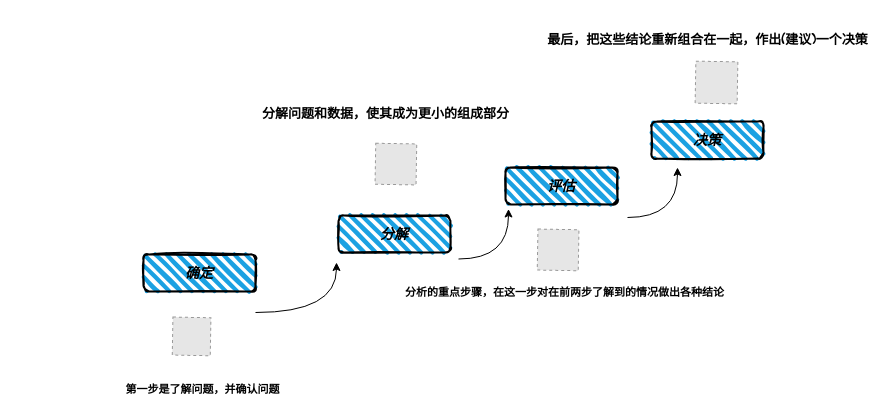
RecordLiu/dataAnalysisBlogDiagrams keeps this draw.io diagram as Untitled Diagram.drawio. Above is the earlier version. Source tidied: cells renumbered, new cells numbered last; positions are measured from the earlier drawing's top-left corner, leaving out a move shared by most shapes. Both pictures are drawn from the tidied source at 100%, with x=0, y=0 at pixel (113, 31). Pictures stored in the file or linked from it are replaced by grey dashed boxes.
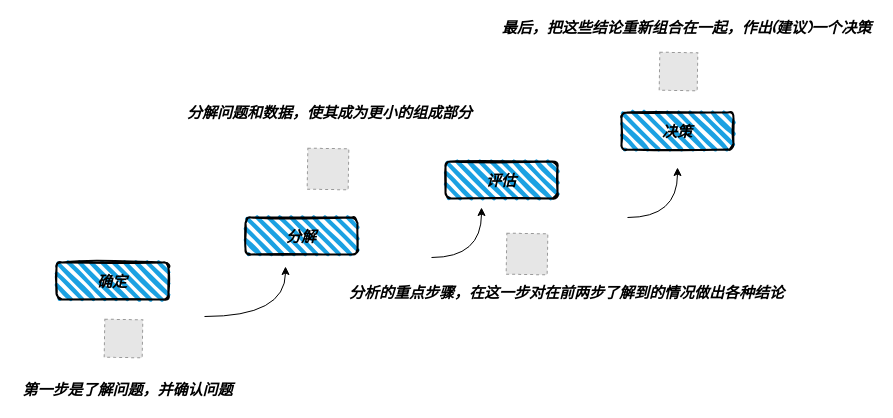
The same diagram, later.

What changed in the source:
```diff
@@
-    <mxCell id="2" value="&lt;span style=&quot;font-size: 14px&quot;&gt;&lt;b&gt;确定&lt;/b&gt;&lt;/span&gt;" style="rounded=1;whiteSpace=wrap;html=1;strokeWidth=2;fillWeight=4;hachureGap=8;hachureAngle=45;fillColor=#1ba1e2;sketch=1;fontStyle=2;" parent="1" vertex="1">
-      <mxGeometry x="30" y="223" width="112" height="37" as="geometry" />
+    <mxCell id="2" value="&lt;b style=&quot;font-size: 15px;&quot;&gt;&lt;font style=&quot;font-size: 15px;&quot;&gt;确定&lt;/font&gt;&lt;/b&gt;" style="rounded=1;whiteSpace=wrap;html=1;strokeWidth=2;fillWeight=4;hachureGap=8;hachureAngle=45;fillColor=#1ba1e2;sketch=1;fontStyle=2;fontSize=15;" parent="1" vertex="1">
+      <mxGeometry x="-57" y="231" width="112" height="37" as="geometry" />
     </mxCell>
-    <mxCell id="3" value="&lt;span style=&quot;font-size: 14px&quot;&gt;&lt;b&gt;分解&lt;/b&gt;&lt;/span&gt;" style="rounded=1;whiteSpace=wrap;html=1;strokeWidth=2;fillWeight=4;hachureGap=8;hachureAngle=45;fillColor=#1ba1e2;sketch=1;fontStyle=2;" parent="1" vertex="1">
-      <mxGeometry x="225" y="184" width="112" height="37" as="geometry" />
+    <mxCell id="3" value="&lt;b&gt;&lt;font style=&quot;font-size: 15px&quot;&gt;分解&lt;/font&gt;&lt;/b&gt;" style="rounded=1;whiteSpace=wrap;html=1;strokeWidth=2;fillWeight=4;hachureGap=8;hachureAngle=45;fillColor=#1ba1e2;sketch=1;fontStyle=2;" parent="1" vertex="1">
+      <mxGeometry x="132" y="186" width="112" height="37" as="geometry" />
     </mxCell>
-    <mxCell id="4" value="&lt;span style=&quot;font-size: 14px&quot;&gt;&lt;b&gt;评估&lt;/b&gt;&lt;/span&gt;" style="rounded=1;whiteSpace=wrap;html=1;strokeWidth=2;fillWeight=4;hachureGap=8;hachureAngle=45;fillColor=#1ba1e2;sketch=1;fontStyle=2;" parent="1" vertex="1">
-      <mxGeometry x="392" y="136" width="112" height="37" as="geometry" />
+    <mxCell id="4" value="&lt;b&gt;&lt;font style=&quot;font-size: 15px&quot;&gt;评估&lt;/font&gt;&lt;/b&gt;" style="rounded=1;whiteSpace=wrap;html=1;strokeWidth=2;fillWeight=4;hachureGap=8;hachureAngle=45;fillColor=#1ba1e2;sketch=1;fontStyle=2;" parent="1" vertex="1">
+      <mxGeometry x="332" y="130" width="112" height="37" as="geometry" />
     </mxCell>
-    <mxCell id="5" value="&lt;span style=&quot;font-size: 14px&quot;&gt;&lt;b&gt;决策&lt;/b&gt;&lt;/span&gt;" style="rounded=1;whiteSpace=wrap;html=1;strokeWidth=2;fillWeight=4;hachureGap=8;hachureAngle=45;fillColor=#1ba1e2;sketch=1;fontStyle=2;" parent="1" vertex="1">
-      <mxGeometry x="538" y="90" width="112" height="37" as="geometry" />
+    <mxCell id="5" value="&lt;b&gt;&lt;font style=&quot;font-size: 15px&quot;&gt;决策&lt;/font&gt;&lt;/b&gt;" style="rounded=1;whiteSpace=wrap;html=1;strokeWidth=2;fillWeight=4;hachureGap=8;hachureAngle=45;fillColor=#1ba1e2;sketch=1;fontStyle=2;" parent="1" vertex="1">
+      <mxGeometry x="508" y="81" width="112" height="37" as="geometry" />
     </mxCell>
     <mxCell id="6" style="curved=1;endArrow=classic;html=1;rounded=0;edgeStyle=orthogonalEdgeStyle;" parent="1" edge="1">
       <mxGeometry relative="1" as="geometry">
-        <mxPoint x="345" y="227.5" as="sourcePoint" />
-        <mxPoint x="395" y="177.5" as="targetPoint" />
+        <mxPoint x="318" y="226" as="sourcePoint" />
+        <mxPoint x="368" y="176" as="targetPoint" />
         <Array as="points">
-          <mxPoint x="395" y="227.5" />
-          <mxPoint x="345" y="177.5" />
+          <mxPoint x="368" y="226" />
+          <mxPoint x="318" y="176" />
         </Array>
       </mxGeometry>
     </mxCell>
     <mxCell id="7" style="curved=1;endArrow=classic;html=1;rounded=0;edgeStyle=orthogonalEdgeStyle;" parent="1" edge="1">
       <mxGeometry relative="1" as="geometry">
-        <mxPoint x="142" y="281" as="sourcePoint" />
-        <mxPoint x="223" y="231" as="targetPoint" />
+        <mxPoint x="91" y="285" as="sourcePoint" />
+        <mxPoint x="172" y="235" as="targetPoint" />
         <Array as="points">
-          <mxPoint x="223" y="281" />
+          <mxPoint x="172" y="285" />
         </Array>
       </mxGeometry>
     </mxCell>
@@
     <mxCell id="9" style="fillColor=#E6E6E6;strokeColor=#999999;dashed=1;verticalLabelPosition=bottom;verticalAlign=top;fontFamily=Comic Sans MS;fontStyle=1;rotation=1;fontSize=13;" parent="1" vertex="1">
-      <mxGeometry x="59.1" y="285.9" width="38" height="38" as="geometry" />
+      <mxGeometry x="-9" y="288" width="38" height="38" as="geometry" />
     </mxCell>
-    <mxCell id="10" value="&lt;div style=&quot;font-size: 11px&quot;&gt;&lt;font face=&quot;Comic Sans MS&quot;&gt;第一步是了解问题，并确认问题&lt;/font&gt;&lt;/div&gt;" style="text;html=1;align=center;verticalAlign=middle;strokeColor=none;fontFamily=Lucida Console;fontStyle=1;fontSize=11;" parent="1" vertex="1">
-      <mxGeometry y="348" width="178" height="19" as="geometry" />
+    <mxCell id="10" value="&lt;div style=&quot;font-size: 15px&quot;&gt;&lt;font face=&quot;Comic Sans MS&quot; style=&quot;font-size: 15px&quot;&gt;&lt;i&gt;第一步是了解问题，并确认问题&lt;/i&gt;&lt;/font&gt;&lt;/div&gt;" style="text;html=1;align=center;verticalAlign=middle;strokeColor=none;fontFamily=Lucida Console;fontStyle=1;fontSize=15;" parent="1" vertex="1">
+      <mxGeometry x="-96" y="347" width="220" height="23" as="geometry" />
     </mxCell>
     <mxCell id="11" style="fillColor=#E6E6E6;strokeColor=#999999;dashed=1;verticalLabelPosition=bottom;verticalAlign=top;fontFamily=Lucida Console;rotation=1;" parent="1" vertex="1">
-      <mxGeometry x="261.9" y="112.1" width="41" height="41" as="geometry" />
+      <mxGeometry x="194" y="117" width="41" height="41" as="geometry" />
     </mxCell>
-    <mxCell id="12" value="&lt;font face=&quot;Times New Roman&quot;&gt;分解问题和数据，使其成为更小的组成部分&lt;/font&gt;" style="text;html=1;align=center;verticalAlign=middle;strokeColor=none;fontFamily=Comic Sans MS;fontStyle=1;fontSize=13;" parent="1" vertex="1">
-      <mxGeometry x="143" y="72" width="257" height="21" as="geometry" />
+    <mxCell id="12" value="&lt;font face=&quot;Times New Roman&quot; style=&quot;font-size: 15px&quot;&gt;&lt;i&gt;分解问题和数据，使其成为更小的组成部分&lt;/i&gt;&lt;/font&gt;" style="text;html=1;align=center;verticalAlign=middle;strokeColor=none;fontFamily=Comic Sans MS;fontStyle=1;fontSize=13;" parent="1" vertex="1">
+      <mxGeometry x="68" y="72" width="295" height="20" as="geometry" />
     </mxCell>
     <mxCell id="13" style="fillColor=#E6E6E6;strokeColor=#999999;dashed=1;verticalLabelPosition=bottom;verticalAlign=top;fontFamily=Comic Sans MS;fontSize=11;rotation=1;" parent="1" vertex="1">
-      <mxGeometry x="424.1" y="197.9" width="41" height="41" as="geometry" />
+      <mxGeometry x="393" y="202" width="41" height="41" as="geometry" />
     </mxCell>
-    <mxCell id="14" value="分析的重点步骤，在这一步对在前两步了解到的情况做出各种结论" style="text;html=1;align=center;verticalAlign=middle;strokeColor=none;fontSize=11;fontFamily=Comic Sans MS;fontStyle=1;" parent="1" vertex="1">
-      <mxGeometry x="272" y="252" width="358" height="17" as="geometry" />
+    <mxCell id="14" value="&lt;i&gt;分析的重点步骤，在这一步对在前两步了解到的情况做出各种结论&lt;/i&gt;" style="text;html=1;align=center;verticalAlign=middle;strokeColor=none;fontSize=15;fontFamily=Comic Sans MS;fontStyle=1;" parent="1" vertex="1">
+      <mxGeometry x="230" y="251" width="445" height="22" as="geometry" />
     </mxCell>
     <mxCell id="15" style="fillColor=#E6E6E6;strokeColor=#999999;dashed=1;verticalLabelPosition=bottom;verticalAlign=top;fontFamily=Comic Sans MS;fontSize=11;rotation=1;" parent="1" vertex="1">
-      <mxGeometry x="582" y="30" width="42" height="42" as="geometry" />
+      <mxGeometry x="546" y="21" width="38" height="38" as="geometry" />
     </mxCell>
-    <mxCell id="16" value="&lt;font style=&quot;font-size: 13px&quot;&gt;&lt;b&gt;&lt;span&gt;最后，把这些结论重新组合在一起，作出(建议)一个决策&lt;/span&gt;&lt;/b&gt;&lt;/font&gt;" style="text;html=1;align=center;verticalAlign=middle;strokeColor=none;fontSize=11;fontFamily=Comic Sans MS;rotation=0;fontStyle=0;" parent="1" vertex="1">
-      <mxGeometry x="428.5" width="331" height="17" as="geometry" />
+    <mxCell id="16" value="&lt;font style=&quot;font-size: 15px&quot;&gt;&lt;b style=&quot;font-size: 15px&quot;&gt;&lt;span style=&quot;font-size: 15px&quot;&gt;&lt;i&gt;最后，把这些结论重新组合在一起，作出(建议)一个决策&lt;/i&gt;&lt;/span&gt;&lt;/b&gt;&lt;/font&gt;" style="text;html=1;align=center;verticalAlign=middle;strokeColor=none;fontSize=15;fontFamily=Comic Sans MS;rotation=0;fontStyle=0;" parent="1" vertex="1">
+      <mxGeometry x="382" y="-14" width="381" height="22" as="geometry" />
     </mxCell>
```
